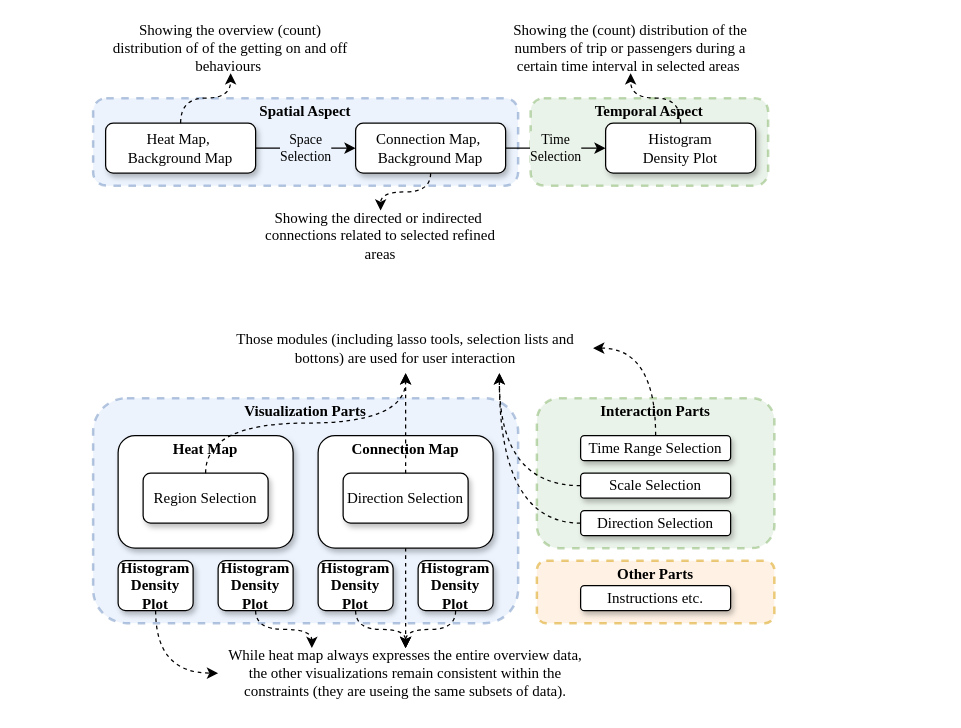
Earlier version of the draw.io diagram Visualization.drawio (GongSicong/DataVisualization). Source tidied: cells renumbered, new cells numbered last; positions are measured from the earlier drawing's top-left corner, leaving out a move shared by most shapes. Both pictures are drawn from the tidied source at 125%, with x=0, y=0 at pixel (92, 22).
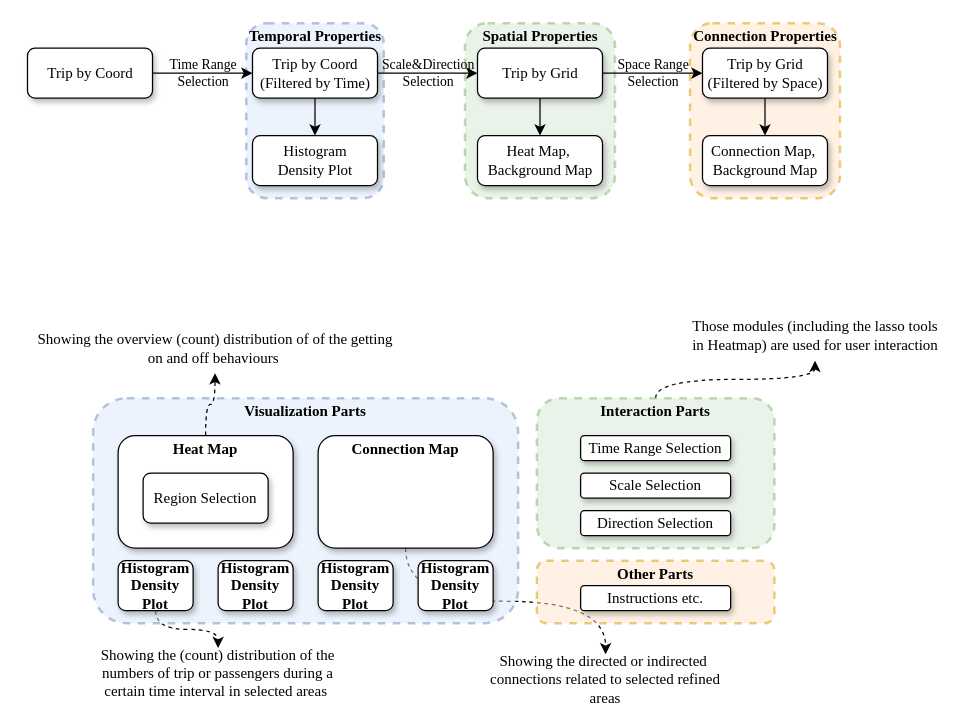
The same page after the edit.

Unchanged cells that the change refers to:
```xml
<mxCell id="16" value="&lt;p style=&quot;margin:0px;margin-top:4px;text-align:center;&quot;&gt;&lt;b&gt;Interaction Parts&lt;/b&gt;&lt;/p&gt;" style="verticalAlign=top;align=left;overflow=fill;fontSize=12;fontFamily=Times New Roman;html=1;whiteSpace=wrap;shadow=0;rounded=1;fillColor=#d5e8d4;strokeColor=#82b366;strokeWidth=2;dashed=1;opacity=50;" parent="1" vertex="1">
  <mxGeometry x="355" y="300" width="190" height="120" as="geometry" />
</mxCell>
<mxCell id="18" value="&lt;p style=&quot;margin:0px;margin-top:4px;text-align:center;&quot;&gt;&lt;b&gt;Heat Map&lt;/b&gt;&lt;/p&gt;" style="verticalAlign=top;align=left;overflow=fill;fontSize=12;fontFamily=Times New Roman;html=1;whiteSpace=wrap;shadow=1;rounded=1;strokeColor=default;fillColor=#FFFFFF;" parent="1" vertex="1">
  <mxGeometry x="20" y="330" width="140" height="90" as="geometry" />
</mxCell>
<mxCell id="19" value="Region Selection" style="rounded=1;whiteSpace=wrap;html=1;shadow=1;fontFamily=Times New Roman;" parent="1" vertex="1">
  <mxGeometry x="40" y="360" width="100" height="40" as="geometry" />
</mxCell>
<mxCell id="20" value="&lt;p style=&quot;margin:0px;margin-top:4px;text-align:center;&quot;&gt;&lt;b&gt;Connection Map&lt;/b&gt;&lt;/p&gt;" style="verticalAlign=top;align=left;overflow=fill;fontSize=12;fontFamily=Times New Roman;html=1;whiteSpace=wrap;shadow=1;rounded=1;strokeColor=default;fillColor=#FFFFFF;" parent="1" vertex="1">
  <mxGeometry x="180" y="330" width="140" height="90" as="geometry" />
</mxCell>
<mxCell id="22" value="Histogram&lt;br style=&quot;border-color: var(--border-color);&quot;&gt;&lt;span style=&quot;&quot;&gt;Density Plot&lt;/span&gt;" style="rounded=1;shadow=1;fontFamily=Times New Roman;align=center;labelBackgroundColor=none;labelBorderColor=none;whiteSpace=wrap;html=1;points=[[0,0,0,0,0],[0,0.3,0,0,0],[0,0.5,0,0,0],[0,0.85,0,0,0],[0,1,0,0,0],[0.25,0,0,0,0],[0.25,1,0,0,0],[0.5,0,0,0,0],[0.5,1,0,0,0],[0.75,0,0,0,0],[0.75,1,0,0,0],[1,0,0,0,0],[1,0.25,0,0,0],[1,0.5,0,0,0],[1,0.75,0,0,0],[1,1,0,0,0]];fontStyle=1;" parent="1" vertex="1">
  <mxGeometry x="20" y="430" width="60" height="40" as="geometry" />
</mxCell>
<mxCell id="23" value="Histogram&lt;br style=&quot;border-color: var(--border-color);&quot;&gt;Density Plot" style="rounded=1;shadow=1;fontFamily=Times New Roman;align=center;labelBackgroundColor=none;labelBorderColor=none;whiteSpace=wrap;html=1;points=[[0,0,0,0,0],[0,0.3,0,0,0],[0,0.5,0,0,0],[0,0.85,0,0,0],[0,1,0,0,0],[0.25,0,0,0,0],[0.25,1,0,0,0],[0.5,0,0,0,0],[0.5,1,0,0,0],[0.75,0,0,0,0],[0.75,1,0,0,0],[1,0,0,0,0],[1,0.25,0,0,0],[1,0.5,0,0,0],[1,0.75,0,0,0],[1,1,0,0,0]];fontStyle=1;" parent="1" vertex="1">
  <mxGeometry x="100" y="430" width="60" height="40" as="geometry" />
</mxCell>
<mxCell id="24" value="Histogram&lt;br style=&quot;border-color: var(--border-color);&quot;&gt;Density Plot" style="rounded=1;shadow=1;fontFamily=Times New Roman;align=center;labelBackgroundColor=none;labelBorderColor=none;whiteSpace=wrap;html=1;points=[[0,0,0,0,0],[0,0.3,0,0,0],[0,0.5,0,0,0],[0,0.85,0,0,0],[0,1,0,0,0],[0.25,0,0,0,0],[0.25,1,0,0,0],[0.5,0,0,0,0],[0.5,1,0,0,0],[0.75,0,0,0,0],[0.75,1,0,0,0],[1,0,0,0,0],[1,0.25,0,0,0],[1,0.5,0,0,0],[1,0.75,0,0,0],[1,1,0,0,0]];fontStyle=1;" parent="1" vertex="1">
  <mxGeometry x="180" y="430" width="60" height="40" as="geometry" />
</mxCell>
<mxCell id="25" value="Histogram&lt;br style=&quot;border-color: var(--border-color);&quot;&gt;Density Plot" style="rounded=1;shadow=1;fontFamily=Times New Roman;align=center;labelBackgroundColor=none;labelBorderColor=none;whiteSpace=wrap;html=1;points=[[0,0,0,0,0],[0,0.3,0,0,0],[0,0.5,0,0,0],[0,0.85,0,0,0],[0,1,0,0,0],[0.25,0,0,0,0],[0.25,1,0,0,0],[0.5,0,0,0,0],[0.5,1,0,0,0],[0.75,0,0,0,0],[0.75,1,0,0,0],[1,0,0,0,0],[1,0.25,0,0,0],[1,0.5,0,0,0],[1,0.75,0,0,0],[1,1,0,0,0]];fontStyle=1;" parent="1" vertex="1">
  <mxGeometry x="260" y="430" width="60" height="40" as="geometry" />
</mxCell>
<mxCell id="26" value="Time Range Selection" style="rounded=1;whiteSpace=wrap;html=1;shadow=1;fontFamily=Times New Roman;" parent="1" vertex="1">
  <mxGeometry x="390" y="330" width="120" height="20" as="geometry" />
</mxCell>
<mxCell id="27" value="Scale Selection" style="rounded=1;whiteSpace=wrap;html=1;shadow=1;fontFamily=Times New Roman;" parent="1" vertex="1">
  <mxGeometry x="390" y="360" width="120" height="20" as="geometry" />
</mxCell>
<mxCell id="40" value="Direction Selection" style="rounded=1;whiteSpace=wrap;html=1;shadow=1;fontFamily=Times New Roman;" parent="1" vertex="1">
  <mxGeometry x="390" y="390" width="120" height="20" as="geometry" />
</mxCell>
```

Change to the diagram source:
```diff
@@
-    <mxCell id="2" value="&lt;p style=&quot;margin:0px;margin-top:4px;text-align:center;&quot;&gt;&lt;b&gt;Temporal Aspect&lt;/b&gt;&lt;/p&gt;" style="verticalAlign=top;align=left;overflow=fill;fontSize=12;fontFamily=Times New Roman;html=1;whiteSpace=wrap;shadow=0;rounded=1;fillColor=#d5e8d4;strokeColor=#82b366;strokeWidth=2;dashed=1;opacity=50;" parent="1" vertex="1">
-      <mxGeometry x="350" y="60" width="190" height="70" as="geometry" />
-    </mxCell>
-    <mxCell id="3" value="&lt;p style=&quot;margin:0px;margin-top:4px;text-align:center;&quot;&gt;&lt;b&gt;Spatial Aspect&lt;/b&gt;&lt;/p&gt;" style="verticalAlign=top;align=left;overflow=fill;fontSize=12;fontFamily=Times New Roman;html=1;whiteSpace=wrap;shadow=0;rounded=1;fillColor=#dae8fc;strokeColor=#6c8ebf;strokeWidth=2;dashed=1;opacity=50;" parent="1" vertex="1">
-      <mxGeometry y="60" width="340" height="70" as="geometry" />
-    </mxCell>
-    <mxCell id="4" value="Heat Map,&amp;nbsp;&lt;br&gt;Background Map" style="rounded=1;shadow=1;fontFamily=Times New Roman;align=center;labelBackgroundColor=none;labelBorderColor=none;whiteSpace=wrap;html=1;points=[[0,0,0,0,0],[0,0.3,0,0,0],[0,0.5,0,0,0],[0,0.85,0,0,0],[0,1,0,0,0],[0.25,0,0,0,0],[0.25,1,0,0,0],[0.5,0,0,0,0],[0.5,1,0,0,0],[0.75,0,0,0,0],[0.75,1,0,0,0],[1,0,0,0,0],[1,0.25,0,0,0],[1,0.5,0,0,0],[1,0.75,0,0,0],[1,1,0,0,0]];" parent="1" vertex="1">
-      <mxGeometry x="10" y="80" width="120" height="40" as="geometry" />
-    </mxCell>
-    <mxCell id="5" value="Connection Map,&amp;nbsp;&lt;br&gt;Background Map" style="rounded=1;shadow=1;fontFamily=Times New Roman;align=center;labelBackgroundColor=none;labelBorderColor=none;whiteSpace=wrap;html=1;points=[[0,0,0,0,0],[0,0.3,0,0,0],[0,0.5,0,0,0],[0,0.85,0,0,0],[0,1,0,0,0],[0.25,0,0,0,0],[0.25,1,0,0,0],[0.5,0,0,0,0],[0.5,1,0,0,0],[0.75,0,0,0,0],[0.75,1,0,0,0],[1,0,0,0,0],[1,0.25,0,0,0],[1,0.5,0,0,0],[1,0.75,0,0,0],[1,1,0,0,0]];" parent="1" vertex="1">
-      <mxGeometry x="210" y="80" width="120" height="40" as="geometry" />
-    </mxCell>
-    <mxCell id="6" value="Histogram&lt;br&gt;Density Plot" style="rounded=1;shadow=1;fontFamily=Times New Roman;align=center;labelBackgroundColor=none;labelBorderColor=none;whiteSpace=wrap;html=1;points=[[0,0,0,0,0],[0,0.3,0,0,0],[0,0.5,0,0,0],[0,0.85,0,0,0],[0,1,0,0,0],[0.25,0,0,0,0],[0.25,1,0,0,0],[0.5,0,0,0,0],[0.5,1,0,0,0],[0.75,0,0,0,0],[0.75,1,0,0,0],[1,0,0,0,0],[1,0.25,0,0,0],[1,0.5,0,0,0],[1,0.75,0,0,0],[1,1,0,0,0]];" parent="1" vertex="1">
-      <mxGeometry x="410" y="80" width="120" height="40" as="geometry" />
-    </mxCell>
-    <mxCell id="7" value="Space&lt;br&gt;Selection" style="endArrow=classic;html=1;rounded=0;exitX=1;exitY=0.5;exitDx=0;exitDy=0;exitPerimeter=0;entryX=0;entryY=0.5;entryDx=0;entryDy=0;entryPerimeter=0;labelBackgroundColor=#ecf3fd;fontFamily=Times New Roman;" parent="1" edge="1" source="4" target="5">
-      <mxGeometry relative="1" as="geometry" />
-    </mxCell>
-    <mxCell id="8" value="Time&lt;br&gt;Selection" style="endArrow=classic;html=1;rounded=0;exitX=1;exitY=0.5;exitDx=0;exitDy=0;exitPerimeter=0;labelBackgroundColor=#eaf3e9;fontFamily=Times New Roman;" parent="1" edge="1" source="5" target="6">
-      <mxGeometry relative="1" as="geometry" />
-    </mxCell>
-    <mxCell id="9" value="&lt;font face=&quot;Times New Roman&quot;&gt;Showing the overview (count) distribution of of the getting on and off behaviours&amp;nbsp;&lt;/font&gt;" style="text;html=1;strokeColor=none;fillColor=none;align=center;verticalAlign=middle;whiteSpace=wrap;rounded=0;" parent="1" vertex="1">
-      <mxGeometry x="10" width="200" height="40" as="geometry" />
+    <mxCell id="9" value="Those modules (including the lasso tools in Heatmap) are used for user interaction" style="text;html=1;strokeColor=none;fillColor=none;align=center;verticalAlign=middle;whiteSpace=wrap;rounded=0;fontFamily=Times New Roman;" parent="1" vertex="1">
+      <mxGeometry x="477.5" y="230" width="200" height="40" as="geometry" />
     </mxCell>
-    <mxCell id="10" value="&lt;font face=&quot;Times New Roman&quot;&gt;Showing the directed or indirected&amp;nbsp; connections related to selected refined areas&lt;/font&gt;" style="text;html=1;strokeColor=none;fillColor=none;align=center;verticalAlign=middle;whiteSpace=wrap;rounded=0;" parent="1" vertex="1">
-      <mxGeometry x="130" y="150" width="200" height="40" as="geometry" />
+    <mxCell id="10" value="&lt;font&gt;Showing the directed or indirected&amp;nbsp; connections related to selected refined areas&lt;/font&gt;" style="text;html=1;strokeColor=none;fillColor=none;align=center;verticalAlign=middle;whiteSpace=wrap;rounded=0;fontFamily=Times New Roman;" parent="1" vertex="1">
+      <mxGeometry x="310" y="505" width="200" height="40" as="geometry" />
     </mxCell>
-    <mxCell id="11" value="&lt;font face=&quot;Times New Roman&quot;&gt;Showing the (count) distribution of the numbers of trip or passengers during a certain time interval in selected areas&amp;nbsp;&lt;/font&gt;" style="text;html=1;strokeColor=none;fillColor=none;align=center;verticalAlign=middle;whiteSpace=wrap;rounded=0;" parent="1" vertex="1">
-      <mxGeometry x="330" width="200" height="40" as="geometry" />
+    <mxCell id="11" value="&lt;font&gt;Showing the (count) distribution of the numbers of trip or passengers during a certain time interval in selected areas&amp;nbsp;&lt;/font&gt;" style="text;html=1;strokeColor=none;fillColor=none;align=center;verticalAlign=middle;whiteSpace=wrap;rounded=0;fontFamily=Times New Roman;" parent="1" vertex="1">
+      <mxGeometry y="500" width="200" height="40" as="geometry" />
     </mxCell>
-    <mxCell id="12" style="endArrow=classic;html=1;rounded=0;edgeStyle=orthogonalEdgeStyle;curved=1;dashed=1;" parent="1" edge="1" source="4" target="9">
+    <mxCell id="12" style="endArrow=classic;html=1;rounded=0;edgeStyle=orthogonalEdgeStyle;curved=1;dashed=1;fontFamily=Times New Roman;" parent="1" edge="1" source="16" target="9">
       <mxGeometry relative="1" as="geometry" />
     </mxCell>
-    <mxCell id="13" style="endArrow=classic;html=1;rounded=0;edgeStyle=orthogonalEdgeStyle;curved=1;dashed=1;" parent="1" edge="1" source="5" target="10">
+    <mxCell id="13" style="endArrow=classic;html=1;rounded=0;edgeStyle=orthogonalEdgeStyle;curved=1;dashed=1;fontFamily=Times New Roman;" parent="1" edge="1" source="20" target="10">
       <mxGeometry relative="1" as="geometry" />
     </mxCell>
-    <mxCell id="14" style="endArrow=classic;html=1;rounded=0;edgeStyle=orthogonalEdgeStyle;curved=1;dashed=1;" parent="1" edge="1" source="6" target="11">
+    <mxCell id="14" style="endArrow=classic;html=1;rounded=0;edgeStyle=orthogonalEdgeStyle;curved=1;dashed=1;exitX=0.5;exitY=1;exitDx=0;exitDy=0;exitPerimeter=0;fontFamily=Times New Roman;" parent="1" edge="1" source="22" target="11">
       <mxGeometry relative="1" as="geometry" />
     </mxCell>
@@
-    <mxCell id="21" value="Direction Selection" style="rounded=1;whiteSpace=wrap;html=1;shadow=1;fontFamily=Times New Roman;" parent="1" vertex="1">
-      <mxGeometry x="200" y="360" width="100" height="40" as="geometry" />
-    </mxCell>
@@
-    <mxCell id="29" value="&lt;font&gt;Those modules (including lasso tools, selection lists and bottons) are used for user interaction&lt;/font&gt;" style="text;html=1;strokeColor=none;fillColor=none;align=center;verticalAlign=middle;whiteSpace=wrap;rounded=0;fontFamily=Times New Roman;" parent="1" vertex="1">
-      <mxGeometry x="100" y="240" width="300" height="40" as="geometry" />
+    <mxCell id="29" value="Showing the overview (count) distribution of of the getting on and off behaviours&amp;nbsp;" style="text;html=1;strokeColor=none;fillColor=none;align=center;verticalAlign=middle;whiteSpace=wrap;rounded=0;fontFamily=Times New Roman;" parent="1" vertex="1">
+      <mxGeometry x="-52.5" y="240" width="300" height="40" as="geometry" />
     </mxCell>
-    <mxCell id="30" style="endArrow=classic;html=1;rounded=0;edgeStyle=orthogonalEdgeStyle;curved=1;entryX=0.5;entryY=1;entryDx=0;entryDy=0;fontFamily=Times New Roman;dashed=1;" parent="1" edge="1" source="19" target="29">
+    <mxCell id="30" style="endArrow=classic;html=1;rounded=0;edgeStyle=orthogonalEdgeStyle;curved=1;entryX=0.5;entryY=1;entryDx=0;entryDy=0;fontFamily=Times New Roman;dashed=1;" parent="1" edge="1" source="18" target="29">
       <mxGeometry relative="1" as="geometry" />
     </mxCell>
-    <mxCell id="31" style="endArrow=classic;html=1;rounded=0;edgeStyle=orthogonalEdgeStyle;curved=1;fontFamily=Times New Roman;dashed=1;" parent="1" edge="1" source="21" target="29">
-      <mxGeometry relative="1" as="geometry" />
-    </mxCell>
-    <mxCell id="32" style="endArrow=classic;html=1;rounded=0;edgeStyle=orthogonalEdgeStyle;curved=1;fontFamily=Times New Roman;entryX=1;entryY=0.5;entryDx=0;entryDy=0;dashed=1;" parent="1" edge="1" source="26" target="29">
-      <mxGeometry relative="1" as="geometry" />
-    </mxCell>
-    <mxCell id="33" style="endArrow=classic;html=1;rounded=0;edgeStyle=orthogonalEdgeStyle;curved=1;exitX=0;exitY=0.5;exitDx=0;exitDy=0;fontFamily=Times New Roman;entryX=0.75;entryY=1;entryDx=0;entryDy=0;dashed=1;" parent="1" edge="1" source="27" target="29">
-      <mxGeometry relative="1" as="geometry" />
-    </mxCell>
-    <mxCell id="34" value="While heat map always expresses the entire overview data, the other visualizations remain consistent within the constraints (they are useing the same subsets of data)." style="text;whiteSpace=wrap;fontFamily=Times New Roman;align=center;verticalAlign=middle;" parent="1" vertex="1">
-      <mxGeometry x="100" y="500" width="300" height="40" as="geometry" />
-    </mxCell>
-    <mxCell id="35" style="endArrow=classic;html=1;rounded=0;edgeStyle=orthogonalEdgeStyle;curved=1;fontFamily=Times New Roman;exitX=0.5;exitY=1;exitDx=0;exitDy=0;dashed=1;" parent="1" edge="1" source="20" target="34">
-      <mxGeometry relative="1" as="geometry" />
-    </mxCell>
-    <mxCell id="36" style="endArrow=classic;html=1;rounded=0;edgeStyle=orthogonalEdgeStyle;curved=1;fontFamily=Times New Roman;entryX=0.5;entryY=0;entryDx=0;entryDy=0;dashed=1;" parent="1" edge="1" source="25" target="34">
-      <mxGeometry relative="1" as="geometry" />
-    </mxCell>
-    <mxCell id="37" style="endArrow=classic;html=1;rounded=0;edgeStyle=orthogonalEdgeStyle;curved=1;fontFamily=Times New Roman;entryX=0.5;entryY=0;entryDx=0;entryDy=0;exitX=0.5;exitY=1;exitDx=0;exitDy=0;exitPerimeter=0;dashed=1;" parent="1" edge="1" source="24" target="34">
-      <mxGeometry relative="1" as="geometry" />
-    </mxCell>
-    <mxCell id="38" style="endArrow=classic;html=1;rounded=0;edgeStyle=orthogonalEdgeStyle;curved=1;fontFamily=Times New Roman;entryX=0.25;entryY=0;entryDx=0;entryDy=0;exitX=0.5;exitY=1;exitDx=0;exitDy=0;exitPerimeter=0;dashed=1;" parent="1" edge="1" source="23" target="34">
-      <mxGeometry relative="1" as="geometry" />
-    </mxCell>
-    <mxCell id="39" style="endArrow=classic;html=1;rounded=0;edgeStyle=orthogonalEdgeStyle;curved=1;fontFamily=Times New Roman;entryX=0;entryY=0.5;entryDx=0;entryDy=0;exitX=0.5;exitY=1;exitDx=0;exitDy=0;exitPerimeter=0;dashed=1;" parent="1" edge="1" source="22" target="34">
-      <mxGeometry relative="1" as="geometry" />
-    </mxCell>
@@
-    <mxCell id="41" style="endArrow=classic;html=1;rounded=0;edgeStyle=orthogonalEdgeStyle;curved=1;exitX=0;exitY=0.5;exitDx=0;exitDy=0;fontFamily=Times New Roman;entryX=0.75;entryY=1;entryDx=0;entryDy=0;dashed=1;" parent="1" edge="1" source="40" target="29">
-      <mxGeometry relative="1" as="geometry" />
-    </mxCell>
+    <mxCell id="42" style="group;fontFamily=Times New Roman;" parent="1" vertex="1">
+      <mxGeometry x="-52.5" width="650" height="140" as="geometry" />
+    </mxCell>
+    <mxCell id="43" value="&lt;p style=&quot;margin:0px;margin-top:4px;text-align:center;&quot;&gt;&lt;b&gt;Connection Properties&lt;/b&gt;&lt;/p&gt;" style="verticalAlign=top;align=left;overflow=fill;fontSize=12;fontFamily=Times New Roman;html=1;whiteSpace=wrap;shadow=0;rounded=1;fillColor=#ffe6cc;strokeColor=#d79b00;strokeWidth=2;dashed=1;opacity=50;" parent="42" vertex="1">
+      <mxGeometry x="530" width="120" height="140" as="geometry" />
+    </mxCell>
+    <mxCell id="44" value="&lt;p style=&quot;margin:0px;margin-top:4px;text-align:center;&quot;&gt;&lt;b&gt;Spatial Properties&lt;/b&gt;&lt;/p&gt;" style="verticalAlign=top;align=left;overflow=fill;fontSize=12;fontFamily=Times New Roman;html=1;whiteSpace=wrap;shadow=0;rounded=1;fillColor=#d5e8d4;strokeColor=#82b366;strokeWidth=2;dashed=1;opacity=50;" parent="42" vertex="1">
+      <mxGeometry x="350" width="120" height="140" as="geometry" />
+    </mxCell>
+    <mxCell id="45" value="&lt;p style=&quot;margin:0px;margin-top:4px;text-align:center;&quot;&gt;&lt;b&gt;Temporal Properties&lt;/b&gt;&lt;/p&gt;" style="verticalAlign=top;align=left;overflow=fill;fontSize=12;fontFamily=Times New Roman;html=1;whiteSpace=wrap;shadow=0;rounded=1;fillColor=#dae8fc;strokeColor=#6c8ebf;strokeWidth=2;dashed=1;opacity=50;" parent="42" vertex="1">
+      <mxGeometry x="175" width="110" height="140" as="geometry" />
+    </mxCell>
+    <mxCell id="46" value="Trip by Coord" style="rounded=1;shadow=1;fontFamily=Times New Roman;align=center;labelBackgroundColor=none;labelBorderColor=none;whiteSpace=wrap;html=1;points=[[0,0,0,0,0],[0,0.3,0,0,0],[0,0.5,0,0,0],[0,0.85,0,0,0],[0,1,0,0,0],[0.25,0,0,0,0],[0.25,1,0,0,0],[0.5,0,0,0,0],[0.5,1,0,0,0],[0.75,0,0,0,0],[0.75,1,0,0,0],[1,0,0,0,0],[1,0.25,0,0,0],[1,0.5,0,0,0],[1,0.75,0,0,0],[1,1,0,0,0]];" parent="42" vertex="1">
+      <mxGeometry y="20" width="100" height="40" as="geometry" />
+    </mxCell>
+    <mxCell id="47" value="Trip by Coord&lt;br&gt;(Filtered by Time)" style="rounded=1;shadow=1;fontFamily=Times New Roman;align=center;labelBackgroundColor=none;labelBorderColor=none;whiteSpace=wrap;html=1;points=[[0,0,0,0,0],[0,0.3,0,0,0],[0,0.5,0,0,0],[0,0.85,0,0,0],[0,1,0,0,0],[0.25,0,0,0,0],[0.25,1,0,0,0],[0.5,0,0,0,0],[0.5,1,0,0,0],[0.75,0,0,0,0],[0.75,1,0,0,0],[1,0,0,0,0],[1,0.25,0,0,0],[1,0.5,0,0,0],[1,0.75,0,0,0],[1,1,0,0,0]];" parent="42" vertex="1">
+      <mxGeometry x="180" y="20" width="100" height="40" as="geometry" />
+    </mxCell>
+    <mxCell id="48" value="Trip by Grid" style="rounded=1;shadow=1;fontFamily=Times New Roman;align=center;labelBackgroundColor=none;labelBorderColor=none;whiteSpace=wrap;html=1;points=[[0,0,0,0,0],[0,0.3,0,0,0],[0,0.5,0,0,0],[0,0.85,0,0,0],[0,1,0,0,0],[0.25,0,0,0,0],[0.25,1,0,0,0],[0.5,0,0,0,0],[0.5,1,0,0,0],[0.75,0,0,0,0],[0.75,1,0,0,0],[1,0,0,0,0],[1,0.25,0,0,0],[1,0.5,0,0,0],[1,0.75,0,0,0],[1,1,0,0,0]];" parent="42" vertex="1">
+      <mxGeometry x="360" y="20" width="100" height="40" as="geometry" />
+    </mxCell>
+    <mxCell id="49" value="Time Range&lt;br&gt;Selection" style="endArrow=classic;html=1;rounded=0;exitX=1;exitY=0.5;exitDx=0;exitDy=0;exitPerimeter=0;entryX=0;entryY=0.5;entryDx=0;entryDy=0;entryPerimeter=0;labelBackgroundColor=none;fontFamily=Times New Roman;" parent="42" edge="1" source="46" target="47">
+      <mxGeometry relative="1" as="geometry" />
+    </mxCell>
+    <mxCell id="50" value="Scale&amp;amp;Direction&lt;br&gt;Selection" style="endArrow=classic;html=1;rounded=0;exitX=1;exitY=0.5;exitDx=0;exitDy=0;exitPerimeter=0;labelBackgroundColor=none;fontFamily=Times New Roman;" parent="42" edge="1" source="47" target="48">
+      <mxGeometry relative="1" as="geometry" />
+    </mxCell>
+    <mxCell id="51" value="Trip by Grid&lt;br style=&quot;border-color: var(--border-color);&quot;&gt;(Filtered by Space)" style="rounded=1;shadow=1;fontFamily=Times New Roman;align=center;labelBackgroundColor=none;labelBorderColor=none;whiteSpace=wrap;html=1;points=[[0,0,0,0,0],[0,0.3,0,0,0],[0,0.5,0,0,0],[0,0.85,0,0,0],[0,1,0,0,0],[0.25,0,0,0,0],[0.25,1,0,0,0],[0.5,0,0,0,0],[0.5,1,0,0,0],[0.75,0,0,0,0],[0.75,1,0,0,0],[1,0,0,0,0],[1,0.25,0,0,0],[1,0.5,0,0,0],[1,0.75,0,0,0],[1,1,0,0,0]];" parent="42" vertex="1">
+      <mxGeometry x="540" y="20" width="100" height="40" as="geometry" />
+    </mxCell>
+    <mxCell id="52" value="Space Range&lt;br&gt;Selection" style="endArrow=classic;html=1;rounded=0;labelBackgroundColor=none;fontFamily=Times New Roman;" parent="42" edge="1" source="48" target="51">
+      <mxGeometry relative="1" as="geometry" />
+    </mxCell>
+    <mxCell id="6" value="Histogram&lt;br&gt;Density Plot" style="rounded=1;shadow=1;fontFamily=Times New Roman;align=center;labelBackgroundColor=none;labelBorderColor=none;whiteSpace=wrap;html=1;points=[[0,0,0,0,0],[0,0.3,0,0,0],[0,0.5,0,0,0],[0,0.85,0,0,0],[0,1,0,0,0],[0.25,0,0,0,0],[0.25,1,0,0,0],[0.5,0,0,0,0],[0.5,1,0,0,0],[0.75,0,0,0,0],[0.75,1,0,0,0],[1,0,0,0,0],[1,0.25,0,0,0],[1,0.5,0,0,0],[1,0.75,0,0,0],[1,1,0,0,0]];" parent="42" vertex="1">
+      <mxGeometry x="180" y="90" width="100" height="40" as="geometry" />
+    </mxCell>
+    <mxCell id="53" style="endArrow=classic;html=1;rounded=0;exitX=0.5;exitY=1;exitDx=0;exitDy=0;exitPerimeter=0;labelBackgroundColor=#eaf3e9;fontFamily=Times New Roman;" parent="42" edge="1" source="47" target="6">
+      <mxGeometry relative="1" as="geometry" />
+    </mxCell>
+    <mxCell id="4" value="Heat Map,&amp;nbsp;&lt;br style=&quot;border-color: var(--border-color);&quot;&gt;Background Map" style="rounded=1;shadow=1;fontFamily=Times New Roman;align=center;labelBackgroundColor=none;labelBorderColor=none;whiteSpace=wrap;html=1;points=[[0,0,0,0,0],[0,0.3,0,0,0],[0,0.5,0,0,0],[0,0.85,0,0,0],[0,1,0,0,0],[0.25,0,0,0,0],[0.25,1,0,0,0],[0.5,0,0,0,0],[0.5,1,0,0,0],[0.75,0,0,0,0],[0.75,1,0,0,0],[1,0,0,0,0],[1,0.25,0,0,0],[1,0.5,0,0,0],[1,0.75,0,0,0],[1,1,0,0,0]];" parent="42" vertex="1">
+      <mxGeometry x="360" y="90" width="100" height="40" as="geometry" />
+    </mxCell>
+    <mxCell id="5" value="Connection Map,&amp;nbsp;&lt;br&gt;Background Map" style="rounded=1;shadow=1;fontFamily=Times New Roman;align=center;labelBackgroundColor=none;labelBorderColor=none;whiteSpace=wrap;html=1;points=[[0,0,0,0,0],[0,0.3,0,0,0],[0,0.5,0,0,0],[0,0.85,0,0,0],[0,1,0,0,0],[0.25,0,0,0,0],[0.25,1,0,0,0],[0.5,0,0,0,0],[0.5,1,0,0,0],[0.75,0,0,0,0],[0.75,1,0,0,0],[1,0,0,0,0],[1,0.25,0,0,0],[1,0.5,0,0,0],[1,0.75,0,0,0],[1,1,0,0,0]];" parent="42" vertex="1">
+      <mxGeometry x="540" y="90" width="100" height="40" as="geometry" />
+    </mxCell>
+    <mxCell id="54" style="endArrow=classic;html=1;rounded=0;labelBackgroundColor=#eaf3e9;fontFamily=Times New Roman;" parent="42" edge="1" source="48" target="4">
+      <mxGeometry relative="1" as="geometry" />
+    </mxCell>
+    <mxCell id="55" style="endArrow=classic;html=1;rounded=0;labelBackgroundColor=#eaf3e9;fontFamily=Times New Roman;" parent="42" edge="1" source="51" target="5">
+      <mxGeometry relative="1" as="geometry" />
+    </mxCell>
```
